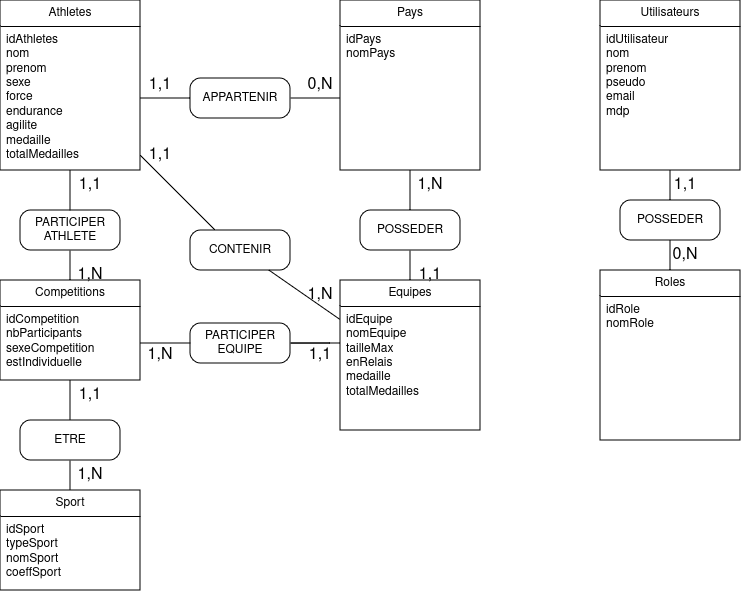
The draw.io diagram diagrammes/mcd.drawio.png in alexisnisol/JeuxOlympiques, before a commit. Source tidied: cells renumbered, new cells last; positions are measured from the earlier drawing's top-left corner, leaving out a move shared by most shapes.
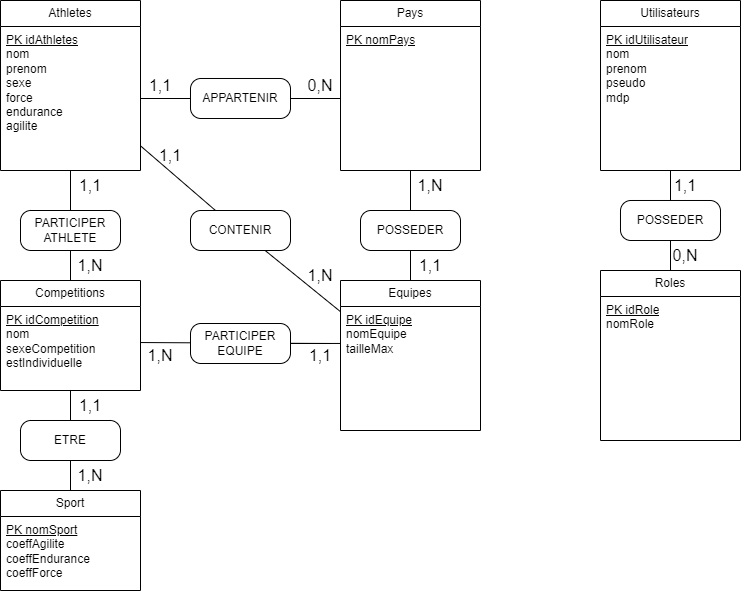
Later version of the same file.

Commit message:
Mettre à jour mcd.drawio.png

The edit, as a diff of the source:
```diff
@@ -5,13 +5,13 @@
     <mxCell id="2" value="Athletes" style="swimlane;fontStyle=0;horizontal=1;startSize=26;fillColor=none;whiteSpace=wrap;html=1;" parent="1" vertex="1">
       <mxGeometry width="140" height="170" as="geometry" />
     </mxCell>
-    <mxCell id="3" value="&lt;div&gt;idAthletes&lt;br&gt;&lt;/div&gt;&lt;div&gt;nom&lt;/div&gt;&lt;div&gt;prenom&lt;/div&gt;&lt;div&gt;sexe&lt;/div&gt;&lt;div&gt;force&lt;/div&gt;&lt;div&gt;endurance&lt;/div&gt;&lt;div&gt;agilite&lt;/div&gt;&lt;div&gt;medaille&lt;/div&gt;&lt;div&gt;totalMedailles&lt;br&gt;&lt;/div&gt;" style="text;strokeColor=none;fillColor=none;align=left;verticalAlign=top;spacingLeft=4;spacingRight=4;overflow=hidden;points=[[0,0.5],[1,0.5]];portConstraint=eastwest;whiteSpace=wrap;html=1;" parent="2" vertex="1">
+    <mxCell id="3" value="&lt;div&gt;&lt;u&gt;PK idAthletes&lt;/u&gt;&lt;br&gt;&lt;/div&gt;&lt;div&gt;nom&lt;/div&gt;&lt;div&gt;prenom&lt;/div&gt;&lt;div&gt;sexe&lt;/div&gt;&lt;div&gt;force&lt;/div&gt;&lt;div&gt;endurance&lt;/div&gt;&lt;div&gt;agilite&lt;/div&gt;" style="text;strokeColor=none;fillColor=none;align=left;verticalAlign=top;spacingLeft=4;spacingRight=4;overflow=hidden;points=[[0,0.5],[1,0.5]];portConstraint=eastwest;whiteSpace=wrap;html=1;" parent="2" vertex="1">
       <mxGeometry y="26" width="140" height="144" as="geometry" />
     </mxCell>
     <mxCell id="4" value="Pays" style="swimlane;fontStyle=0;horizontal=1;startSize=26;fillColor=none;whiteSpace=wrap;html=1;" parent="1" vertex="1">
       <mxGeometry x="340" width="140" height="170" as="geometry" />
     </mxCell>
-    <mxCell id="5" value="&lt;div&gt;idPays&lt;/div&gt;&lt;div&gt;nomPays&lt;/div&gt;" style="text;strokeColor=none;fillColor=none;align=left;verticalAlign=top;spacingLeft=4;spacingRight=4;overflow=hidden;points=[[0,0.5],[1,0.5]];portConstraint=eastwest;whiteSpace=wrap;html=1;" parent="4" vertex="1">
+    <mxCell id="5" value="&lt;div&gt;&lt;span style=&quot;background-color: initial;&quot;&gt;&lt;u&gt;PK nomPays&lt;/u&gt;&lt;/span&gt;&lt;br&gt;&lt;/div&gt;" style="text;strokeColor=none;fillColor=none;align=left;verticalAlign=top;spacingLeft=4;spacingRight=4;overflow=hidden;points=[[0,0.5],[1,0.5]];portConstraint=eastwest;whiteSpace=wrap;html=1;" parent="4" vertex="1">
       <mxGeometry y="26" width="140" height="144" as="geometry" />
     </mxCell>
     <mxCell id="6" style="edgeStyle=none;curved=1;rounded=0;jettySize=auto;html=1;fontSize=12;startSize=8;endSize=8;endArrow=none;endFill=0;" parent="1" edge="1" source="10" target="5">
@@ -20,7 +20,7 @@
     <mxCell id="7" value="Equipes" style="swimlane;fontStyle=0;horizontal=1;startSize=26;fillColor=none;whiteSpace=wrap;html=1;" parent="1" vertex="1">
       <mxGeometry x="340" y="280" width="140" height="150" as="geometry" />
     </mxCell>
-    <mxCell id="8" value="&lt;div&gt;idEquipe&lt;br&gt;&lt;/div&gt;&lt;div&gt;nomEquipe&lt;/div&gt;&lt;div&gt;tailleMax&lt;/div&gt;&lt;div&gt;enRelais&lt;/div&gt;&lt;div&gt;medaille&lt;/div&gt;&lt;div&gt;totalMedailles&lt;br&gt;&lt;/div&gt;" style="text;strokeColor=none;fillColor=none;align=left;verticalAlign=top;spacingLeft=4;spacingRight=4;overflow=hidden;points=[[0,0.5],[1,0.5]];portConstraint=eastwest;whiteSpace=wrap;html=1;" parent="7" vertex="1">
+    <mxCell id="8" value="&lt;div&gt;&lt;u&gt;PK idEquipe&lt;/u&gt;&lt;br&gt;&lt;/div&gt;&lt;div&gt;nomEquipe&lt;/div&gt;&lt;div&gt;tailleMax&lt;/div&gt;" style="text;strokeColor=none;fillColor=none;align=left;verticalAlign=top;spacingLeft=4;spacingRight=4;overflow=hidden;points=[[0,0.5],[1,0.5]];portConstraint=eastwest;whiteSpace=wrap;html=1;" parent="7" vertex="1">
       <mxGeometry y="26" width="140" height="124" as="geometry" />
     </mxCell>
     <mxCell id="9" style="edgeStyle=none;curved=1;rounded=0;jettySize=auto;html=1;fontSize=12;startSize=8;endSize=8;endArrow=none;endFill=0;" parent="1" edge="1" source="7" target="10">
@@ -42,7 +42,7 @@
       <mxGeometry relative="1" as="geometry" />
     </mxCell>
     <mxCell id="15" value="CONTENIR" style="rounded=1;whiteSpace=wrap;html=1;arcSize=26;" parent="1" vertex="1">
-      <mxGeometry x="190" y="230" width="100" height="40" as="geometry" />
+      <mxGeometry x="190" y="210" width="100" height="40" as="geometry" />
     </mxCell>
     <mxCell id="16" style="endArrow=none;html=1;rounded=0;fontSize=12;startSize=8;endSize=8;curved=1;" parent="1" edge="1" source="15" target="8">
       <mxGeometry relative="1" as="geometry" />
@@ -57,18 +57,18 @@
       <mxGeometry x="400" y="170" width="60" height="30" as="geometry" />
     </mxCell>
     <mxCell id="20" value="1,1" style="text;html=1;align=center;verticalAlign=middle;whiteSpace=wrap;rounded=0;fontSize=16;" parent="1" vertex="1">
-      <mxGeometry x="400" y="260" width="60" height="30" as="geometry" />
+      <mxGeometry x="400" y="250" width="60" height="30" as="geometry" />
     </mxCell>
     <mxCell id="21" value="Competitions" style="swimlane;fontStyle=0;horizontal=1;startSize=26;fillColor=none;whiteSpace=wrap;html=1;" parent="1" vertex="1">
-      <mxGeometry y="280" width="140" height="100" as="geometry" />
+      <mxGeometry y="280" width="140" height="110" as="geometry" />
     </mxCell>
-    <mxCell id="22" value="&lt;div&gt;idCompetition&lt;/div&gt;&lt;div&gt;nbParticipants&lt;/div&gt;&lt;div&gt;sexeCompetition&lt;/div&gt;&lt;div&gt;estIndividuelle&lt;br&gt;&lt;/div&gt;" style="text;strokeColor=none;fillColor=none;align=left;verticalAlign=top;spacingLeft=4;spacingRight=4;overflow=hidden;points=[[0,0.5],[1,0.5]];portConstraint=eastwest;whiteSpace=wrap;html=1;" parent="21" vertex="1">
-      <mxGeometry y="26" width="140" height="74" as="geometry" />
+    <mxCell id="22" value="&lt;div&gt;&lt;u&gt;PK idCompetition&lt;/u&gt;&lt;/div&gt;&lt;div&gt;nom&lt;/div&gt;&lt;div&gt;sexeCompetition&lt;/div&gt;&lt;div&gt;estIndividuelle&lt;/div&gt;" style="text;strokeColor=none;fillColor=none;align=left;verticalAlign=top;spacingLeft=4;spacingRight=4;overflow=hidden;points=[[0,0.5],[1,0.5]];portConstraint=eastwest;whiteSpace=wrap;html=1;" parent="21" vertex="1">
+      <mxGeometry y="26" width="140" height="84" as="geometry" />
     </mxCell>
     <mxCell id="23" value="Sport" style="swimlane;fontStyle=0;horizontal=1;startSize=26;fillColor=none;whiteSpace=wrap;html=1;" parent="1" vertex="1">
       <mxGeometry y="490" width="140" height="100" as="geometry" />
     </mxCell>
-    <mxCell id="24" value="&lt;div&gt;idSport&lt;/div&gt;&lt;div&gt;typeSport&lt;/div&gt;&lt;div&gt;nomSport&lt;/div&gt;&lt;div&gt;coeffSport&lt;/div&gt;" style="text;strokeColor=none;fillColor=none;align=left;verticalAlign=top;spacingLeft=4;spacingRight=4;overflow=hidden;whiteSpace=wrap;html=1;" parent="23" vertex="1">
+    <mxCell id="24" value="&lt;div&gt;&lt;div&gt;&lt;u&gt;PK nomSport&lt;/u&gt;&lt;/div&gt;&lt;/div&gt;&lt;div&gt;coeffAgilite&lt;/div&gt;&lt;div&gt;coeffEndurance&lt;/div&gt;&lt;div&gt;coeffForce&lt;/div&gt;" style="text;strokeColor=none;fillColor=none;align=left;verticalAlign=top;spacingLeft=4;spacingRight=4;overflow=hidden;whiteSpace=wrap;html=1;" parent="23" vertex="1">
       <mxGeometry y="26" width="140" height="74" as="geometry" />
     </mxCell>
     <mxCell id="25" style="edgeStyle=none;curved=1;rounded=0;jettySize=auto;html=1;exitX=0.5;exitY=1;exitDx=0;exitDy=0;entryX=0.5;entryY=0;entryDx=0;entryDy=0;fontSize=12;startSize=8;endSize=8;endArrow=none;endFill=0;" parent="1" edge="1" source="26" target="23">
@@ -81,21 +81,21 @@
       <mxGeometry relative="1" as="geometry" />
     </mxCell>
     <mxCell id="28" value="1,1" style="text;html=1;align=center;verticalAlign=middle;whiteSpace=wrap;rounded=0;fontSize=16;" parent="1" vertex="1">
-      <mxGeometry x="60" y="380" width="60" height="30" as="geometry" />
+      <mxGeometry x="60" y="390" width="60" height="30" as="geometry" />
     </mxCell>
     <mxCell id="29" value="1,N" style="text;html=1;align=center;verticalAlign=middle;whiteSpace=wrap;rounded=0;fontSize=16;" parent="1" vertex="1">
       <mxGeometry x="60" y="460" width="60" height="30" as="geometry" />
     </mxCell>
     <mxCell id="30" value="1,N" style="text;html=1;align=center;verticalAlign=middle;whiteSpace=wrap;rounded=0;fontSize=16;" parent="1" vertex="1">
-      <mxGeometry x="290" y="280" width="60" height="30" as="geometry" />
+      <mxGeometry x="290" y="260" width="60" height="30" as="geometry" />
     </mxCell>
     <mxCell id="31" value="1,1" style="text;html=1;align=center;verticalAlign=middle;whiteSpace=wrap;rounded=0;fontSize=16;" parent="1" vertex="1">
-      <mxGeometry x="130" y="140" width="60" height="30" as="geometry" />
+      <mxGeometry x="140" y="140" width="60" height="30" as="geometry" />
     </mxCell>
     <mxCell id="32" style="edgeStyle=none;curved=1;rounded=0;jettySize=auto;html=1;exitX=0.5;exitY=0;exitDx=0;exitDy=0;fontSize=12;startSize=8;endSize=8;endArrow=none;endFill=0;" parent="1" edge="1" source="21" target="3">
       <mxGeometry relative="1" as="geometry" />
     </mxCell>
-    <mxCell id="33" style="edgeStyle=none;curved=1;rounded=0;jettySize=auto;html=1;fontSize=12;startSize=8;endSize=8;endArrow=none;endFill=0;entryX=1;entryY=0.5;entryDx=0;entryDy=0;" parent="1" edge="1" target="22">
+    <mxCell id="33" style="edgeStyle=none;curved=1;rounded=0;jettySize=auto;html=1;fontSize=12;startSize=8;endSize=8;endArrow=none;endFill=0;entryX=1;entryY=0.429;entryDx=0;entryDy=0;entryPerimeter=0;" parent="1" edge="1" target="22">
       <mxGeometry relative="1" as="geometry">
         <mxPoint x="330" y="343" as="sourcePoint" />
       </mxGeometry>
@@ -116,7 +116,7 @@
       <mxGeometry x="130" y="340" width="60" height="30" as="geometry" />
     </mxCell>
     <mxCell id="39" value="1,N" style="text;html=1;align=center;verticalAlign=middle;whiteSpace=wrap;rounded=0;fontSize=16;" parent="1" vertex="1">
-      <mxGeometry x="60" y="260" width="60" height="30" as="geometry" />
+      <mxGeometry x="60" y="250" width="60" height="30" as="geometry" />
     </mxCell>
     <mxCell id="40" value="1,1" style="text;html=1;align=center;verticalAlign=middle;whiteSpace=wrap;rounded=0;fontSize=16;" parent="1" vertex="1">
       <mxGeometry x="60" y="170" width="60" height="30" as="geometry" />
@@ -124,13 +124,13 @@
     <mxCell id="41" value="Utilisateurs" style="swimlane;fontStyle=0;horizontal=1;startSize=26;fillColor=none;whiteSpace=wrap;html=1;" parent="1" vertex="1">
       <mxGeometry x="600" width="140" height="170" as="geometry" />
     </mxCell>
-    <mxCell id="42" value="&lt;div&gt;idUtilisateur&lt;/div&gt;&lt;div&gt;nom&lt;/div&gt;&lt;div&gt;prenom&lt;/div&gt;&lt;div&gt;pseudo&lt;/div&gt;&lt;div&gt;email&lt;/div&gt;&lt;div&gt;mdp&lt;/div&gt;" style="text;strokeColor=none;fillColor=none;align=left;verticalAlign=top;spacingLeft=4;spacingRight=4;overflow=hidden;points=[[0,0.5],[1,0.5]];portConstraint=eastwest;whiteSpace=wrap;html=1;" parent="41" vertex="1">
+    <mxCell id="42" value="&lt;div&gt;&lt;u&gt;PK idUtilisateur&lt;/u&gt;&lt;/div&gt;&lt;div&gt;nom&lt;/div&gt;&lt;div&gt;prenom&lt;/div&gt;&lt;div&gt;pseudo&lt;/div&gt;&lt;div&gt;mdp&lt;/div&gt;" style="text;strokeColor=none;fillColor=none;align=left;verticalAlign=top;spacingLeft=4;spacingRight=4;overflow=hidden;points=[[0,0.5],[1,0.5]];portConstraint=eastwest;whiteSpace=wrap;html=1;" parent="41" vertex="1">
       <mxGeometry y="26" width="140" height="144" as="geometry" />
     </mxCell>
     <mxCell id="43" value="Roles" style="swimlane;fontStyle=0;horizontal=1;startSize=26;fillColor=none;whiteSpace=wrap;html=1;" parent="1" vertex="1">
       <mxGeometry x="600" y="270" width="140" height="170" as="geometry" />
     </mxCell>
-    <mxCell id="44" value="&lt;div&gt;idRole&lt;/div&gt;&lt;div&gt;nomRole&lt;br&gt;&lt;/div&gt;" style="text;strokeColor=none;fillColor=none;align=left;verticalAlign=top;spacingLeft=4;spacingRight=4;overflow=hidden;whiteSpace=wrap;html=1;" parent="43" vertex="1">
+    <mxCell id="44" value="&lt;div&gt;&lt;u&gt;PK idRole&lt;/u&gt;&lt;/div&gt;&lt;div&gt;nomRole&lt;br&gt;&lt;/div&gt;" style="text;strokeColor=none;fillColor=none;align=left;verticalAlign=top;spacingLeft=4;spacingRight=4;overflow=hidden;whiteSpace=wrap;html=1;" parent="43" vertex="1">
       <mxGeometry y="26" width="140" height="144" as="geometry" />
     </mxCell>
     <mxCell id="45" value="POSSEDER" style="rounded=1;whiteSpace=wrap;html=1;arcSize=26;" parent="1" vertex="1">
```
